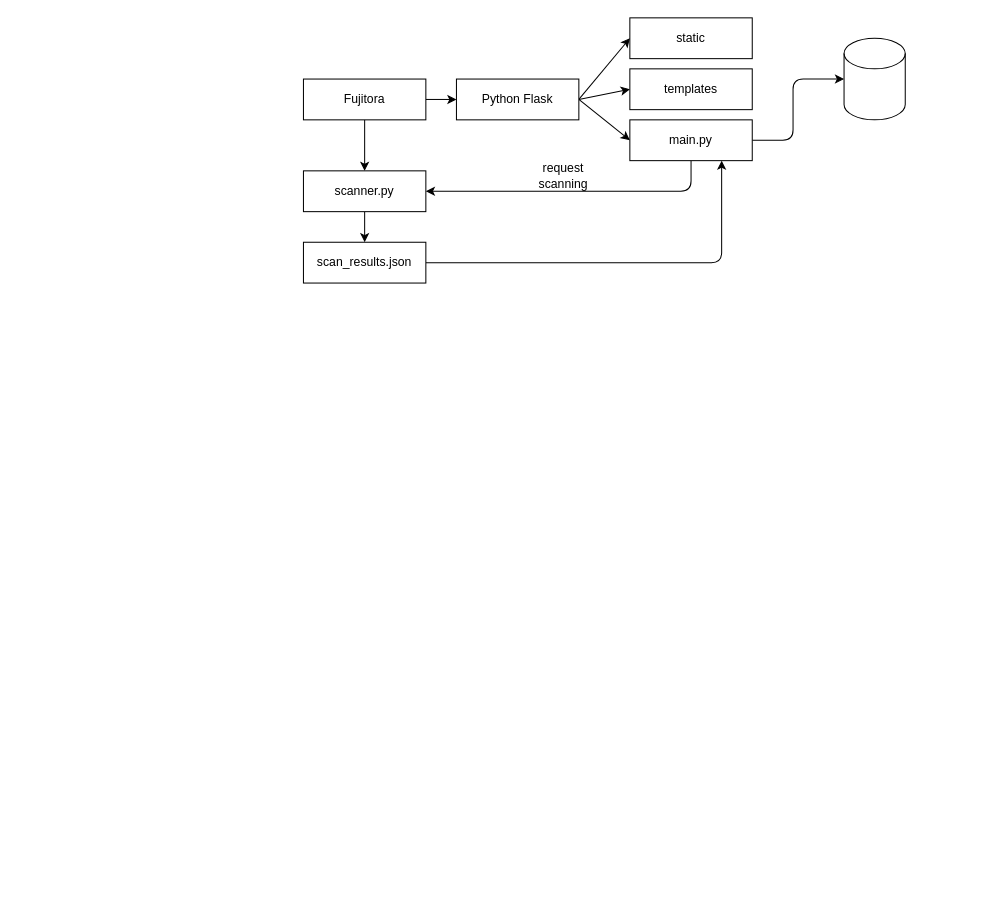
The draw.io diagram system arch.drawio in 7uv4n/fujitora-port-scanner-public, before the edit. Source tidied: cells renumbered, new cells numbered last; positions are measured from the earlier drawing's top-left corner, leaving out a move shared by most shapes. Both pictures are drawn from the tidied source at 102%, with x=0, y=0 at pixel (303, 17).
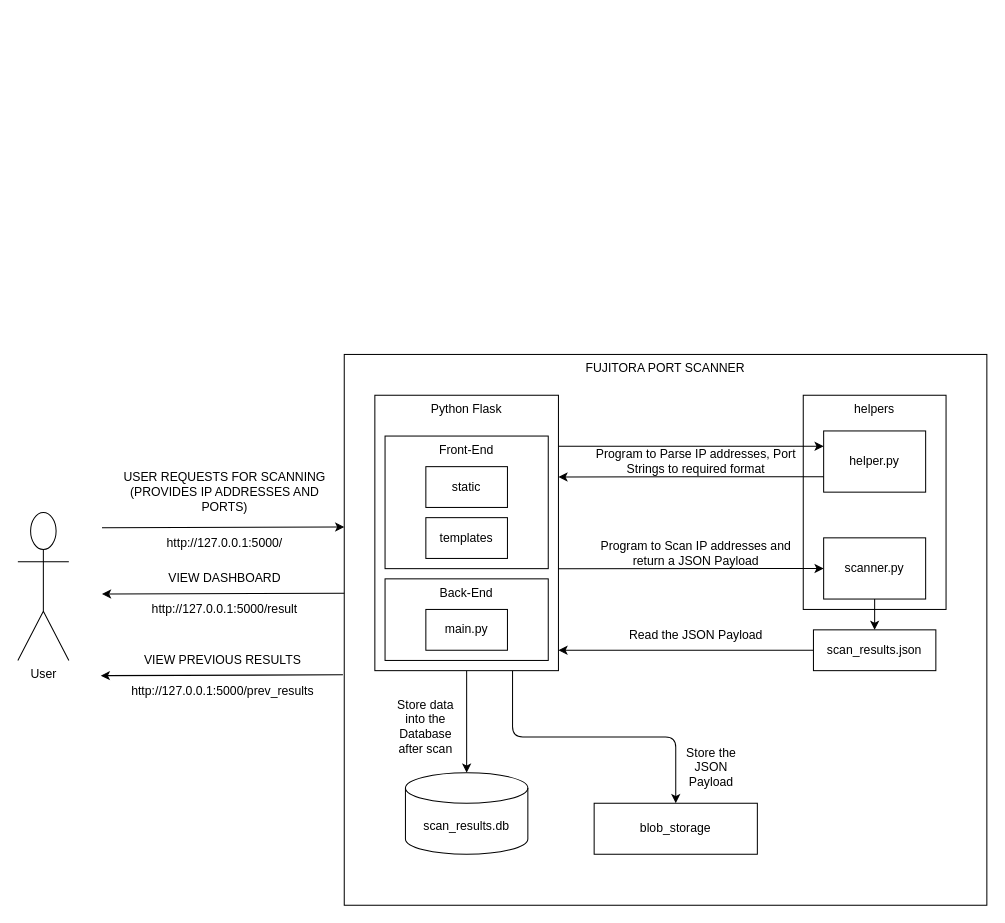
The same diagram, later.

Diff of the diagram source:
```diff
@@
-    <mxCell id="2" style="edgeStyle=none;html=1;exitX=1;exitY=0.5;exitDx=0;exitDy=0;entryX=0;entryY=0.5;entryDx=0;entryDy=0;" parent="1" edge="1" source="4" target="13">
-      <mxGeometry relative="1" as="geometry" />
-    </mxCell>
-    <mxCell id="3" style="edgeStyle=none;html=1;exitX=0.5;exitY=1;exitDx=0;exitDy=0;" parent="1" edge="1" source="4">
-      <mxGeometry relative="1" as="geometry">
-        <mxPoint x="60" y="150" as="targetPoint" />
-      </mxGeometry>
-    </mxCell>
-    <mxCell id="4" value="Fujitora" style="rounded=0;whiteSpace=wrap;html=1;" parent="1" vertex="1">
-      <mxGeometry y="60" width="120" height="40" as="geometry" />
-    </mxCell>
+    <mxCell id="20" value="FUJITORA PORT SCANNER" style="rounded=0;whiteSpace=wrap;html=1;labelPosition=center;verticalLabelPosition=middle;align=center;verticalAlign=top;" parent="1" vertex="1">
+      <mxGeometry x="40" y="330" width="630" height="540" as="geometry" />
+    </mxCell>
+    <mxCell id="21" style="edgeStyle=orthogonalEdgeStyle;html=1;exitX=0.5;exitY=1;exitDx=0;exitDy=0;entryX=0.5;entryY=0;entryDx=0;entryDy=0;entryPerimeter=0;" parent="1" edge="1" source="13" target="24">
+      <mxGeometry relative="1" as="geometry" />
+    </mxCell>
+    <mxCell id="22" style="edgeStyle=orthogonalEdgeStyle;html=1;exitX=0.75;exitY=1;exitDx=0;exitDy=0;" parent="1" edge="1" source="13" target="30">
+      <mxGeometry relative="1" as="geometry" />
+    </mxCell>
+    <mxCell id="13" value="Python Flask" style="rounded=0;whiteSpace=wrap;html=1;verticalAlign=top;" parent="1" vertex="1">
+      <mxGeometry x="70" y="370" width="180" height="270" as="geometry" />
+    </mxCell>
+    <mxCell id="23" value="Front-End" style="rounded=0;whiteSpace=wrap;html=1;verticalAlign=top;" parent="1" vertex="1">
+      <mxGeometry x="80" y="410" width="160" height="130" as="geometry" />
+    </mxCell>
     <mxCell id="5" value="templates" style="rounded=0;whiteSpace=wrap;html=1;" parent="1" vertex="1">
-      <mxGeometry x="320" y="50" width="120" height="40" as="geometry" />
+      <mxGeometry x="120" y="490" width="80" height="40" as="geometry" />
     </mxCell>
     <mxCell id="6" value="static" style="rounded=0;whiteSpace=wrap;html=1;" parent="1" vertex="1">
-      <mxGeometry x="320" width="120" height="40" as="geometry" />
+      <mxGeometry x="120" y="440" width="80" height="40" as="geometry" />
     </mxCell>
-    <mxCell id="7" style="edgeStyle=none;html=1;exitX=0.5;exitY=1;exitDx=0;exitDy=0;entryX=1;entryY=0.5;entryDx=0;entryDy=0;" parent="1" edge="1" source="9" target="15">
-      <mxGeometry relative="1" as="geometry">
-        <Array as="points">
-          <mxPoint x="380" y="170" />
-        </Array>
-      </mxGeometry>
-    </mxCell>
-    <mxCell id="8" style="edgeStyle=none;html=1;exitX=1;exitY=0.5;exitDx=0;exitDy=0;entryX=0;entryY=0.5;entryDx=0;entryDy=0;entryPerimeter=0;" parent="1" edge="1" source="9" target="19">
-      <mxGeometry relative="1" as="geometry">
-        <Array as="points">
-          <mxPoint x="480" y="120" />
-          <mxPoint x="480" y="60" />
-        </Array>
-      </mxGeometry>
-    </mxCell>
+    <mxCell id="24" value="scan_results.db" style="shape=cylinder3;whiteSpace=wrap;html=1;boundedLbl=1;backgroundOutline=1;size=15;" parent="1" vertex="1">
+      <mxGeometry x="100" y="740" width="120" height="80" as="geometry" />
+    </mxCell>
+    <mxCell id="25" style="edgeStyle=orthogonalEdgeStyle;html=1;exitX=0;exitY=0.5;exitDx=0;exitDy=0;entryX=1;entryY=0.926;entryDx=0;entryDy=0;entryPerimeter=0;" parent="1" edge="1" source="18" target="13">
+      <mxGeometry relative="1" as="geometry" />
+    </mxCell>
+    <mxCell id="18" value="scan_results.json" style="rounded=0;whiteSpace=wrap;html=1;" parent="1" vertex="1">
+      <mxGeometry x="500" y="600" width="120" height="40" as="geometry" />
+    </mxCell>
+    <mxCell id="26" value="User" style="shape=umlActor;verticalLabelPosition=bottom;verticalAlign=top;html=1;" parent="1" vertex="1">
+      <mxGeometry x="-280" y="485" width="50" height="145" as="geometry" />
+    </mxCell>
+    <mxCell id="27" value="Back-End" style="rounded=0;whiteSpace=wrap;html=1;verticalAlign=top;" parent="1" vertex="1">
+      <mxGeometry x="80" y="550" width="160" height="80" as="geometry" />
+    </mxCell>
     <mxCell id="9" value="main.py" style="rounded=0;whiteSpace=wrap;html=1;" parent="1" vertex="1">
-      <mxGeometry x="320" y="100" width="120" height="40" as="geometry" />
+      <mxGeometry x="120" y="580" width="80" height="40" as="geometry" />
     </mxCell>
-    <mxCell id="10" style="edgeStyle=none;html=1;exitX=1;exitY=0.5;exitDx=0;exitDy=0;entryX=0;entryY=0.5;entryDx=0;entryDy=0;" parent="1" edge="1" source="13" target="6">
-      <mxGeometry relative="1" as="geometry" />
-    </mxCell>
-    <mxCell id="11" style="edgeStyle=none;html=1;exitX=1;exitY=0.5;exitDx=0;exitDy=0;entryX=0;entryY=0.5;entryDx=0;entryDy=0;" parent="1" edge="1" source="13" target="5">
-      <mxGeometry relative="1" as="geometry" />
-    </mxCell>
-    <mxCell id="12" style="edgeStyle=none;html=1;exitX=1;exitY=0.5;exitDx=0;exitDy=0;entryX=0;entryY=0.5;entryDx=0;entryDy=0;" parent="1" edge="1" source="13" target="9">
-      <mxGeometry relative="1" as="geometry" />
-    </mxCell>
-    <mxCell id="13" value="Python Flask" style="rounded=0;whiteSpace=wrap;html=1;" parent="1" vertex="1">
-      <mxGeometry x="150" y="60" width="120" height="40" as="geometry" />
-    </mxCell>
-    <mxCell id="14" style="edgeStyle=none;html=1;exitX=0.5;exitY=1;exitDx=0;exitDy=0;" parent="1" edge="1" source="15">
-      <mxGeometry relative="1" as="geometry">
-        <mxPoint x="60" y="220" as="targetPoint" />
-      </mxGeometry>
-    </mxCell>
+    <mxCell id="28" value="USER REQUESTS FOR SCANNING&lt;br&gt;(PROVIDES IP ADDRESSES AND PORTS)" style="text;html=1;strokeColor=none;fillColor=none;align=center;verticalAlign=middle;whiteSpace=wrap;rounded=0;" parent="1" vertex="1">
+      <mxGeometry x="-187.5" y="449.9" width="220" height="30" as="geometry" />
+    </mxCell>
+    <mxCell id="29" value="Read the JSON Payload" style="text;html=1;strokeColor=none;fillColor=none;align=center;verticalAlign=middle;whiteSpace=wrap;rounded=0;" parent="1" vertex="1">
+      <mxGeometry x="280" y="590" width="210" height="30" as="geometry" />
+    </mxCell>
+    <mxCell id="30" value="blob_storage" style="rounded=0;whiteSpace=wrap;html=1;" parent="1" vertex="1">
+      <mxGeometry x="285" y="770" width="160" height="50" as="geometry" />
+    </mxCell>
+    <mxCell id="31" value="Store data into the Database after scan" style="text;html=1;strokeColor=none;fillColor=none;align=center;verticalAlign=middle;whiteSpace=wrap;rounded=0;" parent="1" vertex="1">
+      <mxGeometry x="90" y="680" width="60" height="30" as="geometry" />
+    </mxCell>
+    <mxCell id="32" value="Store the JSON Payload" style="text;html=1;strokeColor=none;fillColor=none;align=center;verticalAlign=middle;whiteSpace=wrap;rounded=0;" parent="1" vertex="1">
+      <mxGeometry x="370" y="720" width="60" height="30" as="geometry" />
+    </mxCell>
+    <mxCell id="33" style="endArrow=classic;html=1;entryX=-0.004;entryY=0.406;entryDx=0;entryDy=0;entryPerimeter=0;" parent="1" edge="1">
+      <mxGeometry relative="1" as="geometry">
+        <mxPoint x="-197.5" y="499.9" as="sourcePoint" />
+        <mxPoint x="40" y="499.1" as="targetPoint" />
+      </mxGeometry>
+    </mxCell>
+    <mxCell id="34" value="http://127.0.0.1:5000/" style="text;html=1;strokeColor=none;fillColor=none;align=center;verticalAlign=middle;whiteSpace=wrap;rounded=0;" parent="1" vertex="1">
+      <mxGeometry x="-187.5" y="500" width="220" height="30" as="geometry" />
+    </mxCell>
+    <mxCell id="35" value="VIEW DASHBOARD" style="text;html=1;strokeColor=none;fillColor=none;align=center;verticalAlign=middle;whiteSpace=wrap;rounded=0;" parent="1" vertex="1">
+      <mxGeometry x="-187.5" y="535" width="220" height="30" as="geometry" />
+    </mxCell>
+    <mxCell id="36" style="endArrow=none;html=1;entryX=-0.004;entryY=0.406;entryDx=0;entryDy=0;entryPerimeter=0;startArrow=classic;startFill=1;endFill=0;" parent="1" edge="1">
+      <mxGeometry relative="1" as="geometry">
+        <mxPoint x="-197.5" y="564.9" as="sourcePoint" />
+        <mxPoint x="40" y="564.1" as="targetPoint" />
+      </mxGeometry>
+    </mxCell>
+    <mxCell id="37" value="http://127.0.0.1:5000/result" style="text;html=1;strokeColor=none;fillColor=none;align=center;verticalAlign=middle;whiteSpace=wrap;rounded=0;" parent="1" vertex="1">
+      <mxGeometry x="-187.5" y="565" width="220" height="30" as="geometry" />
+    </mxCell>
+    <mxCell id="38" value="VIEW PREVIOUS RESULTS" style="text;html=1;strokeColor=none;fillColor=none;align=center;verticalAlign=middle;whiteSpace=wrap;rounded=0;" parent="1" vertex="1">
+      <mxGeometry x="-188.7" y="615" width="220" height="30" as="geometry" />
+    </mxCell>
+    <mxCell id="39" style="endArrow=none;html=1;entryX=-0.004;entryY=0.406;entryDx=0;entryDy=0;entryPerimeter=0;startArrow=classic;startFill=1;endFill=0;" parent="1" edge="1">
+      <mxGeometry relative="1" as="geometry">
+        <mxPoint x="-198.7" y="644.9" as="sourcePoint" />
+        <mxPoint x="38.7" y="644.1" as="targetPoint" />
+      </mxGeometry>
+    </mxCell>
+    <mxCell id="40" value="http://127.0.0.1:5000/prev_results" style="text;html=1;strokeColor=none;fillColor=none;align=center;verticalAlign=middle;whiteSpace=wrap;rounded=0;" parent="1" vertex="1">
+      <mxGeometry x="-188.7" y="645" width="220" height="30" as="geometry" />
+    </mxCell>
+    <mxCell id="41" value="helpers" style="rounded=0;whiteSpace=wrap;html=1;verticalAlign=top;" parent="1" vertex="1">
+      <mxGeometry x="490" y="370" width="140" height="210" as="geometry" />
+    </mxCell>
+    <mxCell id="42" value="helper.py" style="rounded=0;whiteSpace=wrap;html=1;" parent="1" vertex="1">
+      <mxGeometry x="510" y="405" width="100" height="60" as="geometry" />
+    </mxCell>
+    <mxCell id="43" style="endArrow=classic;html=1;entryX=0;entryY=0.25;entryDx=0;entryDy=0;" parent="1" edge="1" target="42">
+      <mxGeometry relative="1" as="geometry">
+        <mxPoint x="250" y="420" as="sourcePoint" />
+      </mxGeometry>
+    </mxCell>
+    <mxCell id="44" value="Program to Parse IP addresses, Port Strings to required format" style="text;html=1;strokeColor=none;fillColor=none;align=center;verticalAlign=middle;whiteSpace=wrap;rounded=0;" parent="1" vertex="1">
+      <mxGeometry x="270" y="420" width="230" height="30" as="geometry" />
+    </mxCell>
+    <mxCell id="45" style="edgeStyle=orthogonalEdgeStyle;html=1;exitX=0;exitY=0.75;exitDx=0;exitDy=0;entryX=1;entryY=0.297;entryDx=0;entryDy=0;entryPerimeter=0;" parent="1" edge="1" source="42" target="13">
+      <mxGeometry relative="1" as="geometry" />
+    </mxCell>
+    <mxCell id="46" value="Program to Scan IP addresses and&lt;br&gt;return a JSON Payload" style="text;html=1;strokeColor=none;fillColor=none;align=center;verticalAlign=middle;whiteSpace=wrap;rounded=0;" parent="1" vertex="1">
+      <mxGeometry x="280" y="510" width="210" height="30" as="geometry" />
+    </mxCell>
+    <mxCell id="47" style="endArrow=classic;html=1;" parent="1" edge="1" target="15">
+      <mxGeometry relative="1" as="geometry">
+        <mxPoint x="250" y="540" as="sourcePoint" />
+      </mxGeometry>
+    </mxCell>
     <mxCell id="15" value="scanner.py" style="rounded=0;whiteSpace=wrap;html=1;" parent="1" vertex="1">
-      <mxGeometry y="150" width="120" height="40" as="geometry" />
+      <mxGeometry x="510" y="509.8" width="100" height="60" as="geometry" />
     </mxCell>
-    <mxCell id="16" value="request scanning" style="text;html=1;strokeColor=none;fillColor=none;align=center;verticalAlign=middle;whiteSpace=wrap;rounded=0;" parent="1" vertex="1">
-      <mxGeometry x="225" y="140" width="60" height="30" as="geometry" />
-    </mxCell>
-    <mxCell id="17" style="edgeStyle=none;html=1;exitX=1;exitY=0.5;exitDx=0;exitDy=0;entryX=0.75;entryY=1;entryDx=0;entryDy=0;" parent="1" edge="1" source="18" target="9">
-      <mxGeometry relative="1" as="geometry">
-        <Array as="points">
-          <mxPoint x="410" y="240" />
-        </Array>
-      </mxGeometry>
-    </mxCell>
-    <mxCell id="18" value="scan_results.json" style="rounded=0;whiteSpace=wrap;html=1;" parent="1" vertex="1">
-      <mxGeometry y="220" width="120" height="40" as="geometry" />
-    </mxCell>
-    <mxCell id="19" style="shape=cylinder3;whiteSpace=wrap;html=1;boundedLbl=1;backgroundOutline=1;size=15;" parent="1" vertex="1">
-      <mxGeometry x="530" y="20" width="60" height="80" as="geometry" />
-    </mxCell>
+    <mxCell id="48" style="edgeStyle=orthogonalEdgeStyle;html=1;exitX=0.5;exitY=1;exitDx=0;exitDy=0;entryX=0.5;entryY=0;entryDx=0;entryDy=0;" parent="1" edge="1" source="15" target="18">
+      <mxGeometry relative="1" as="geometry" />
+    </mxCell>
```
